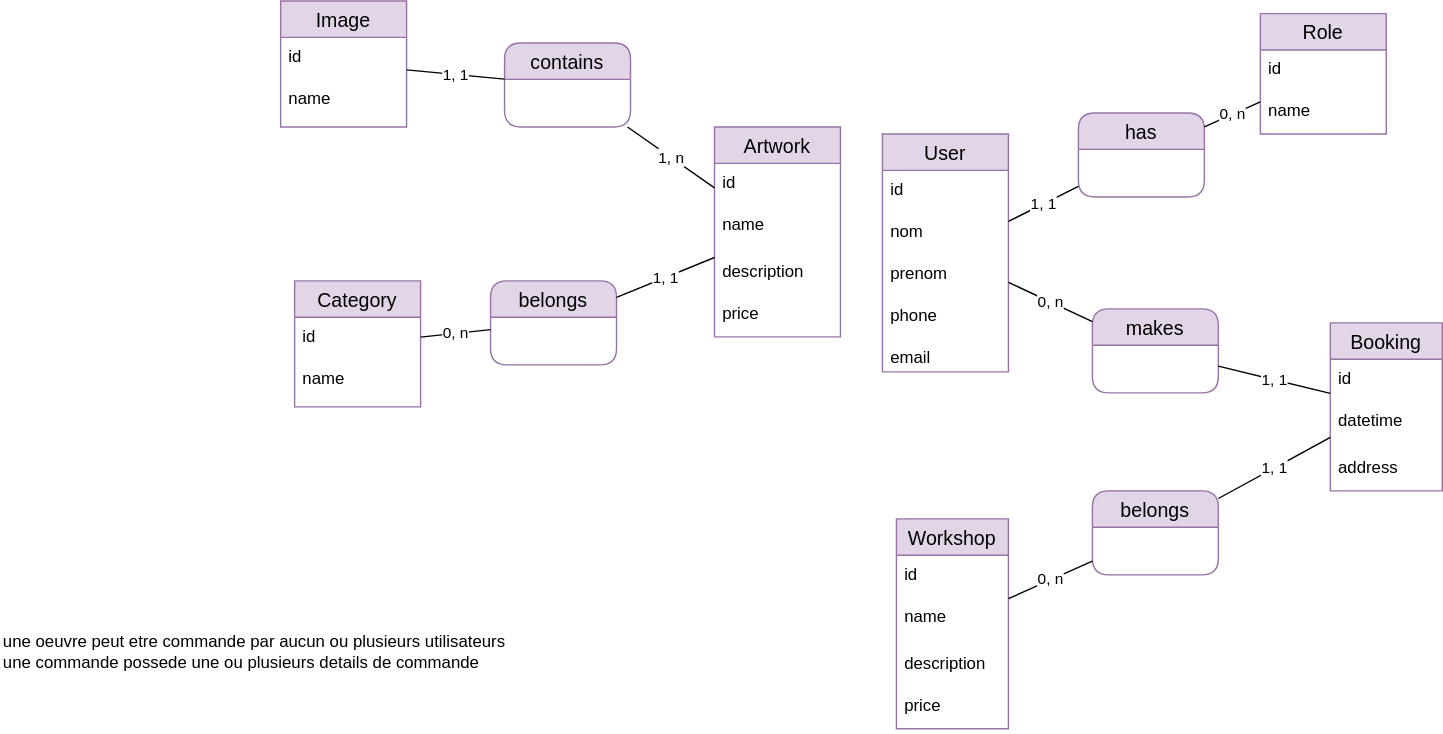
This is code/server/merise/projet madameqalame/MCD.calligraphie.drawio.svg from Mabrouka659/madameqalam, a draw.io export, as it was before one commit. Source tidied: cells renumbered, new cells last; positions are measured from the earlier drawing's top-left corner, leaving out a move shared by most shapes.
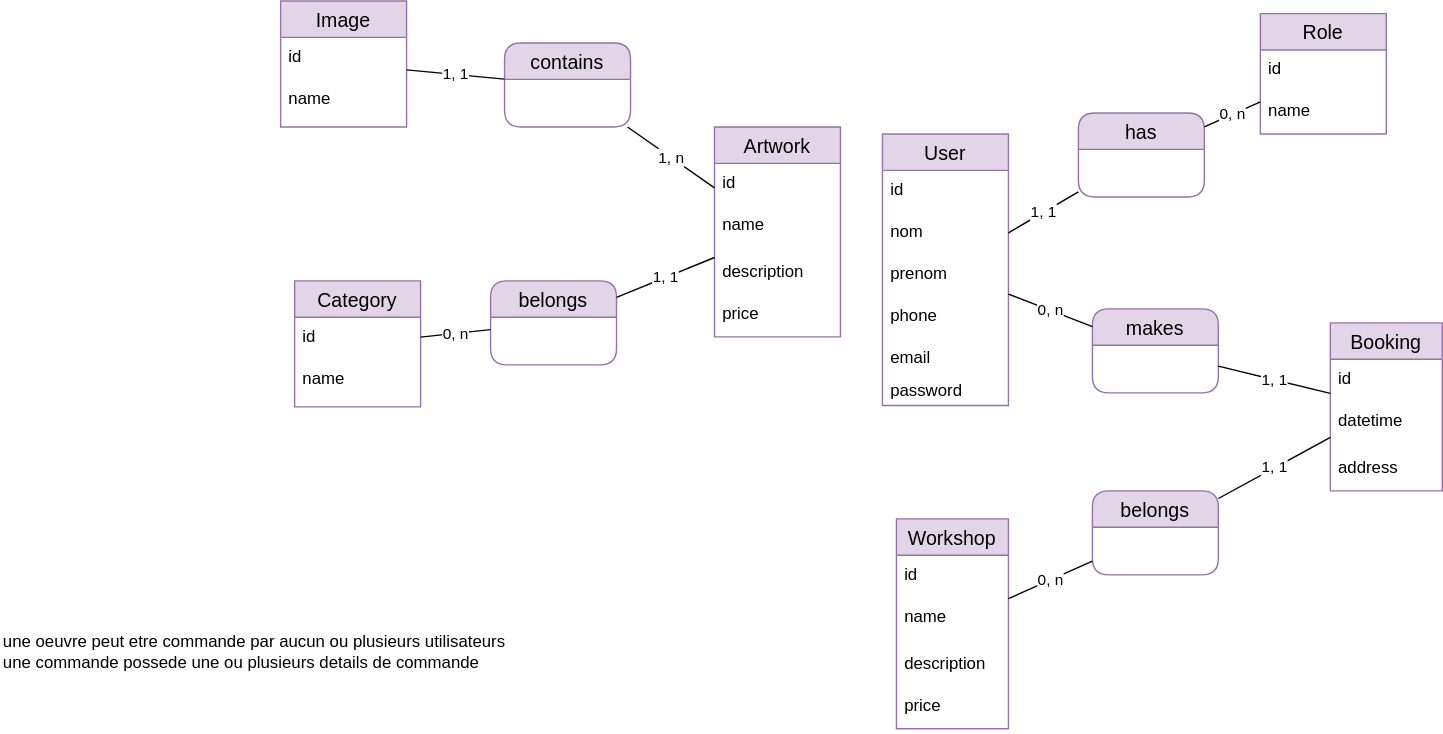
Above is the later version.

Diff of the diagram source:
```diff
@@ -3,7 +3,7 @@
     <mxCell id="0" />
     <mxCell id="1" parent="0" />
     <mxCell id="2" value="User" style="swimlane;fontStyle=0;horizontal=1;startSize=26;align=center;fontSize=14;fillColor=#e1d5e7;strokeColor=#9673a6;" parent="1" vertex="1">
-      <mxGeometry x="630" y="95" width="90" height="170" as="geometry" />
+      <mxGeometry x="630" y="95" width="90" height="194" as="geometry" />
     </mxCell>
     <mxCell id="3" value="id" style="text;strokeColor=none;fillColor=none;spacingLeft=4;spacingRight=4;overflow=hidden;fontSize=12;" parent="2" vertex="1">
       <mxGeometry y="26" width="90" height="30" as="geometry" />
@@ -20,6 +20,9 @@
     <mxCell id="7" value="email" style="text;strokeColor=none;fillColor=none;spacingLeft=4;spacingRight=4;overflow=hidden;fontSize=12;" parent="2" vertex="1">
       <mxGeometry y="146" width="90" height="24" as="geometry" />
     </mxCell>
+    <mxCell id="47" value="password" style="text;strokeColor=none;fillColor=none;spacingLeft=4;spacingRight=4;overflow=hidden;fontSize=12;" parent="2" vertex="1">
+      <mxGeometry y="170" width="90" height="24" as="geometry" />
+    </mxCell>
     <mxCell id="8" value="Workshop" style="swimlane;fontStyle=0;horizontal=1;startSize=26;align=center;fontSize=14;fillColor=#e1d5e7;strokeColor=#9673a6;" parent="1" vertex="1">
       <mxGeometry x="640" y="370" width="80" height="150" as="geometry" />
     </mxCell>
```
